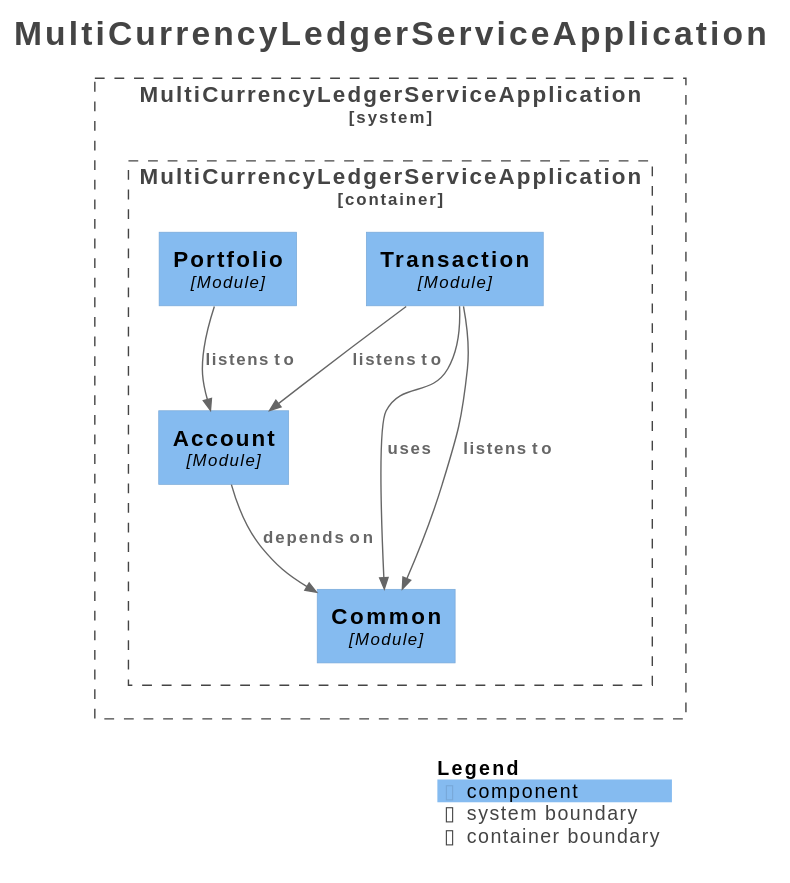
This is docs/architecture/modulith/components.svg from RaonJena99/multi-currency-ledger-service, a PlantUML export, as it was before one commit.
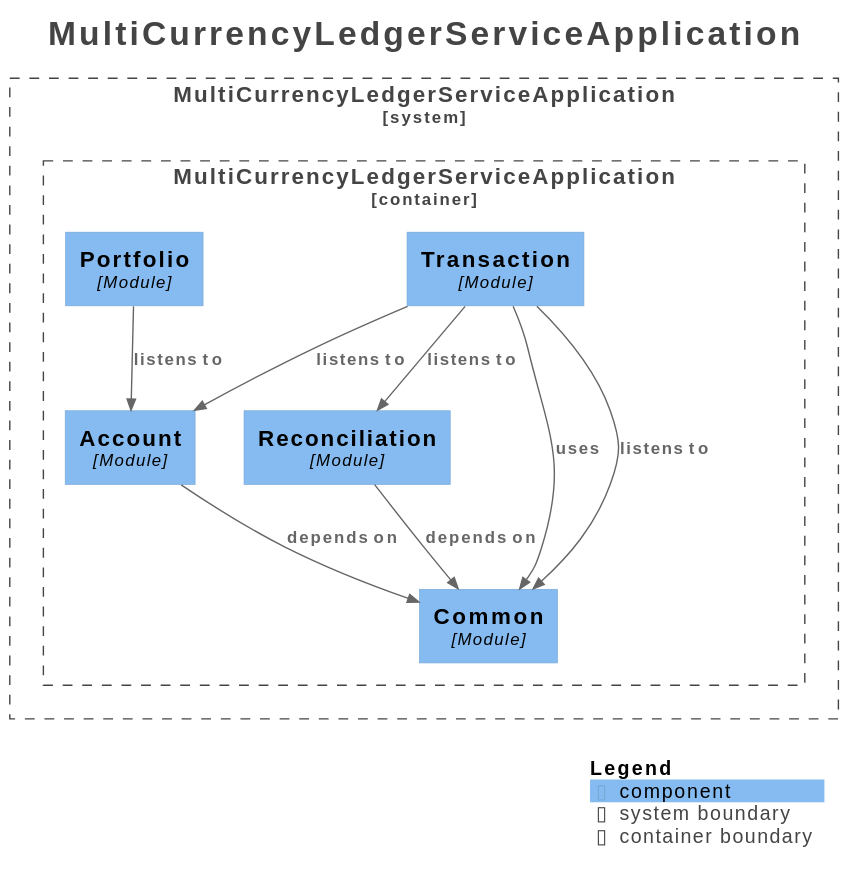
The same diagram one commit later.

What changed in the source:
```diff
@@ -19,6 +19,7 @@
   Container_Boundary("MultiCurrencyLedgerServiceApplication.MultiCurrencyLedgerServiceApplication_boundary", "MultiCurrencyLedgerServiceApplication", $tags="") {
     Component(MultiCurrencyLedgerServiceApplication.MultiCurrencyLedgerServiceApplication.Common, "Common", $techn="Module", $descr="", $tags="", $link="")
     Component(MultiCurrencyLedgerServiceApplication.MultiCurrencyLedgerServiceApplication.Account, "Account", $techn="Module", $descr="", $tags="", $link="")
+    Component(MultiCurrencyLedgerServiceApplication.MultiCurrencyLedgerServiceApplication.Reconciliation, "Reconciliation", $techn="Module", $descr="", $tags="", $link="")
     Component(MultiCurrencyLedgerServiceApplication.MultiCurrencyLedgerServiceApplication.Portfolio, "Portfolio", $techn="Module", $descr="", $tags="", $link="")
     Component(MultiCurrencyLedgerServiceApplication.MultiCurrencyLedgerServiceApplication.Transaction, "Transaction", $techn="Module", $descr="", $tags="", $link="")
   }
@@ -26,10 +27,12 @@
 }
 
 Rel(MultiCurrencyLedgerServiceApplication.MultiCurrencyLedgerServiceApplication.Transaction, MultiCurrencyLedgerServiceApplication.MultiCurrencyLedgerServiceApplication.Account, "listens to", $techn="", $tags="", $link="")
+Rel(MultiCurrencyLedgerServiceApplication.MultiCurrencyLedgerServiceApplication.Transaction, MultiCurrencyLedgerServiceApplication.MultiCurrencyLedgerServiceApplication.Reconciliation, "listens to", $techn="", $tags="", $link="")
+Rel(MultiCurrencyLedgerServiceApplication.MultiCurrencyLedgerServiceApplication.Transaction, MultiCurrencyLedgerServiceApplication.MultiCurrencyLedgerServiceApplication.Common, "uses", $techn="", $tags="", $link="")
+Rel(MultiCurrencyLedgerServiceApplication.MultiCurrencyLedgerServiceApplication.Portfolio, MultiCurrencyLedgerServiceApplication.MultiCurrencyLedgerServiceApplication.Account, "listens to", $techn="", $tags="", $link="")
+Rel(MultiCurrencyLedgerServiceApplication.MultiCurrencyLedgerServiceApplication.Reconciliation, MultiCurrencyLedgerServiceApplication.MultiCurrencyLedgerServiceApplication.Common, "depends on", $techn="", $tags="", $link="")
+Rel(MultiCurrencyLedgerServiceApplication.MultiCurrencyLedgerServiceApplication.Account, MultiCurrencyLedgerServiceApplication.MultiCurrencyLedgerServiceApplication.Common, "depends on", $techn="", $tags="", $link="")
 Rel(MultiCurrencyLedgerServiceApplication.MultiCurrencyLedgerServiceApplication.Transaction, MultiCurrencyLedgerServiceApplication.MultiCurrencyLedgerServiceApplication.Common, "listens to", $techn="", $tags="", $link="")
-Rel(MultiCurrencyLedgerServiceApplication.MultiCurrencyLedgerServiceApplication.Transaction, MultiCurrencyLedgerServiceApplication.MultiCurrencyLedgerServiceApplication.Common, "uses", $techn="", $tags="", $link="")
-Rel(MultiCurrencyLedgerServiceApplication.MultiCurrencyLedgerServiceApplication.Account, MultiCurrencyLedgerServiceApplication.MultiCurrencyLedgerServiceApplication.Common, "depends on", $techn="", $tags="", $link="")
-Rel(MultiCurrencyLedgerServiceApplication.MultiCurrencyLedgerServiceApplication.Portfolio, MultiCurrencyLedgerServiceApplication.MultiCurrencyLedgerServiceApplication.Account, "listens to", $techn="", $tags="", $link="")
 
 SHOW_LEGEND(true)
 hide stereotypes
```
